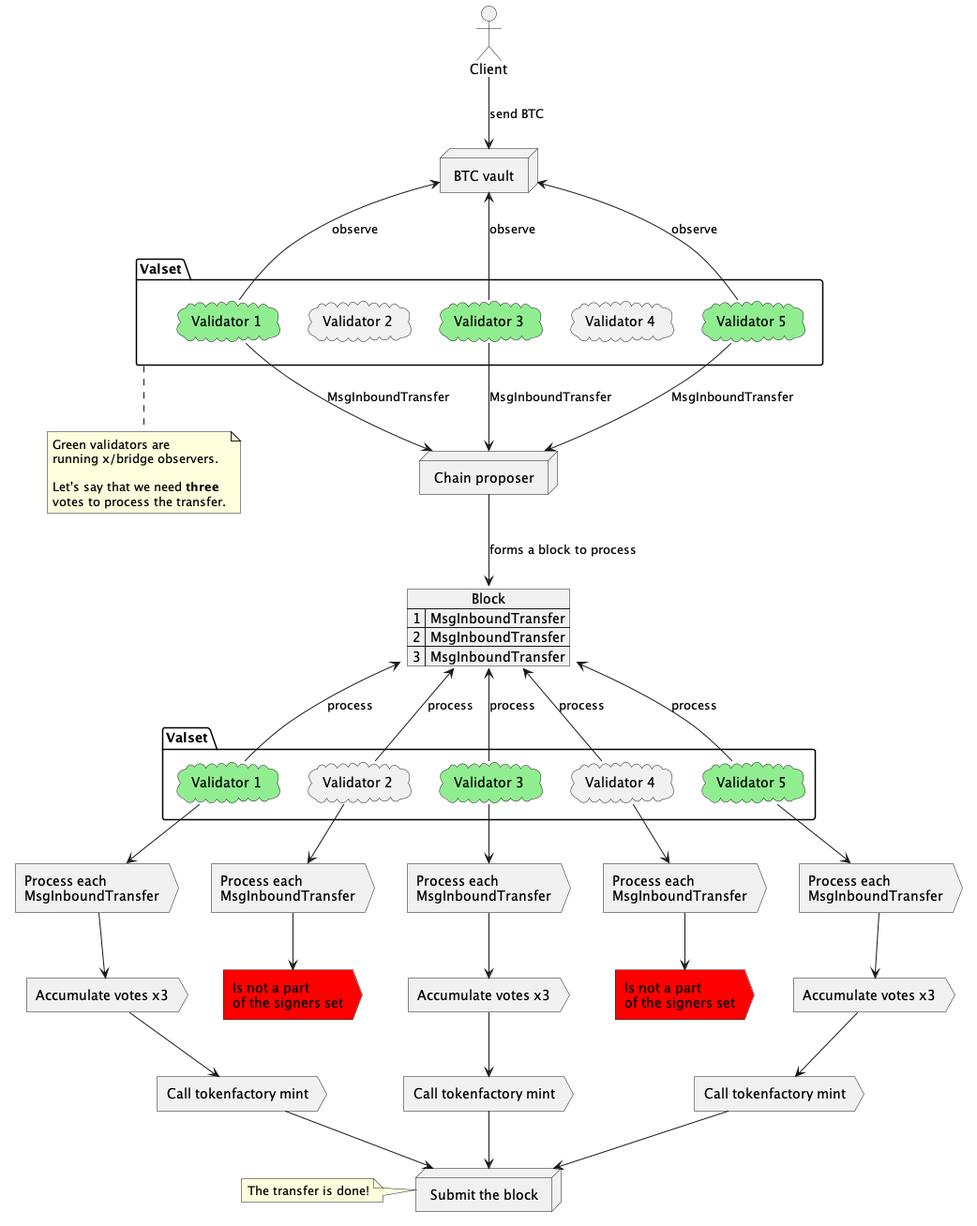
Earlier version of the PlantUML export x/bridge/images/inbound_transfer.png (osmosis-labs/osmosis).
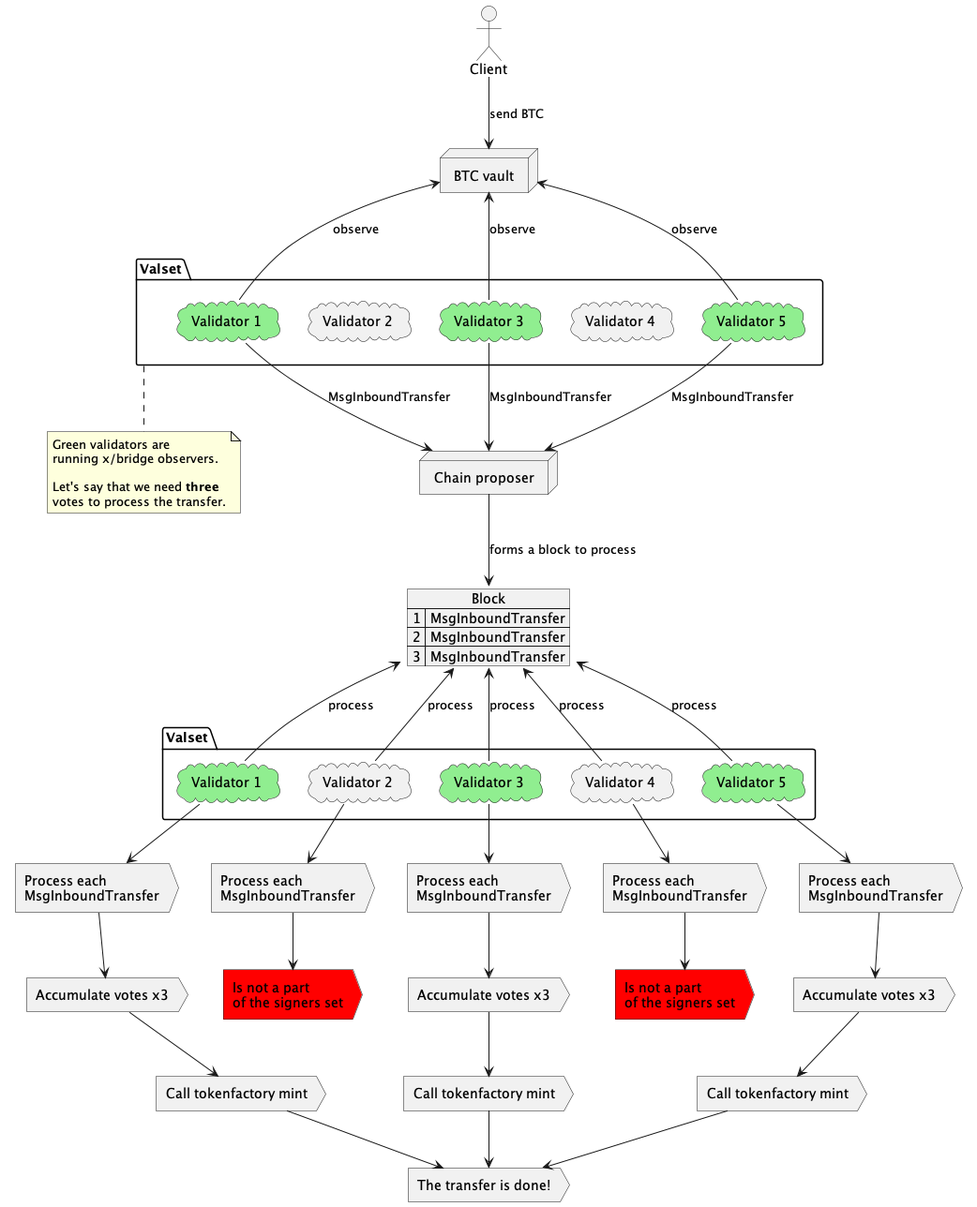
Above is the later version.

The edit, as a diff of the source:
```diff
@@ -85,14 +85,10 @@
 val3_act_2 --> val3_act_3
 val5_act_2 --> val5_act_3
 
-node "Submit the block" as consensus
+action "The transfer is done!" as consensus
 
 val1_act_3 --> consensus
 val3_act_3 --> consensus
 val5_act_3 --> consensus
 
-note left of consensus
-    The transfer is done!
-end note
-
 @enduml
```
